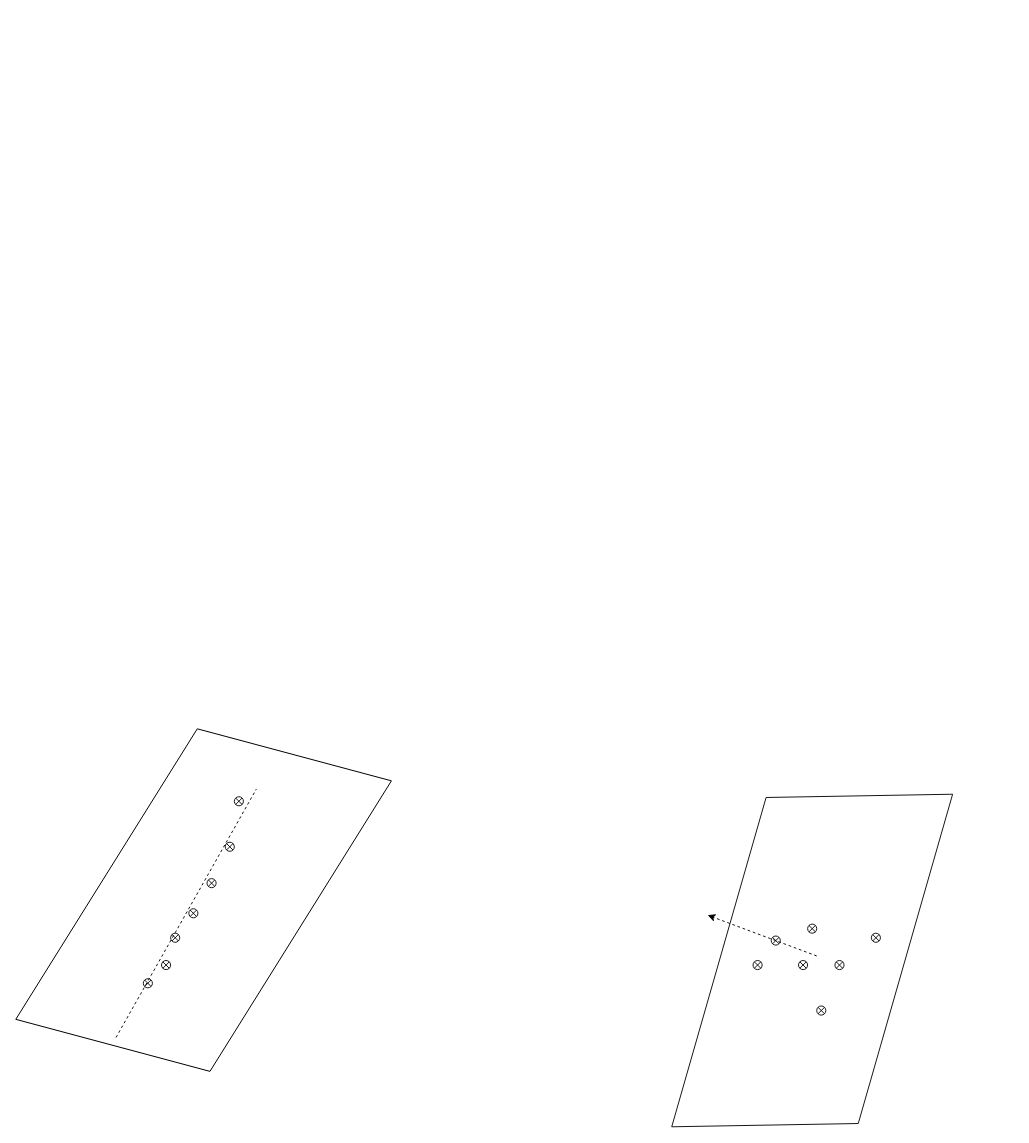
Earlier version of the draw.io diagram FootIK-AutoPlane.drawio (tcmxx/TCMXXDrawIO). Source tidied: cells renumbered, new cells numbered last; positions are measured from the earlier drawing's top-left corner, leaving out a move shared by most shapes. Both pictures are drawn from the tidied source at 91%, with x=0, y=0 at pixel (53, 736).
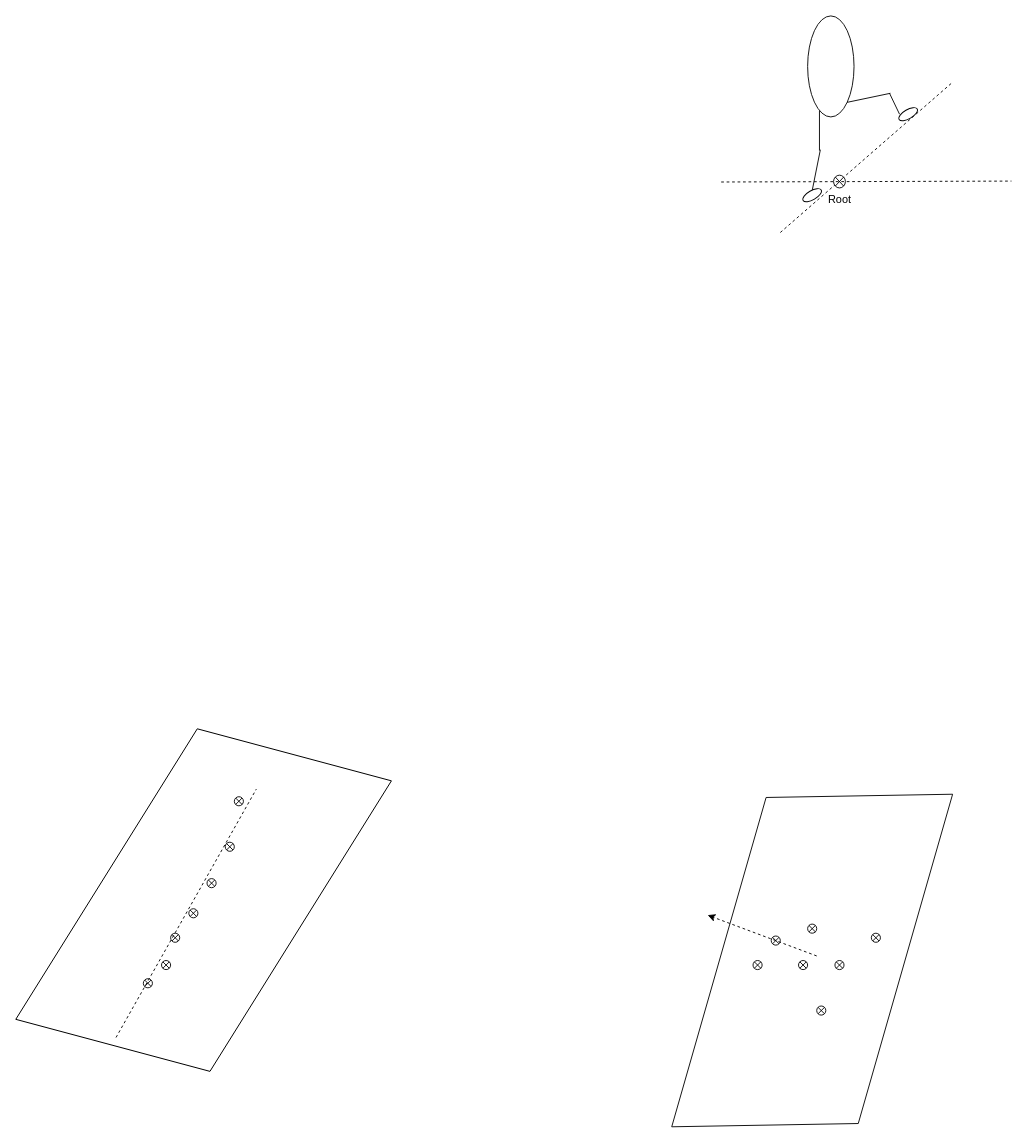
After the change.

Diff of the diagram source:
```diff
@@
+    <mxCell id="20" style="endArrow=none;html=1;rounded=0;dashed=1;" parent="1" edge="1">
+      <mxGeometry relative="1" as="geometry">
+        <mxPoint x="799" y="-554" as="sourcePoint" />
+        <mxPoint x="987" y="-718" as="targetPoint" />
+      </mxGeometry>
+    </mxCell>
+    <mxCell id="21" style="ellipse;whiteSpace=wrap;html=1;" parent="1" vertex="1">
+      <mxGeometry x="829" y="-792" width="51" height="111" as="geometry" />
+    </mxCell>
+    <mxCell id="22" style="shape=sumEllipse;perimeter=ellipsePerimeter;whiteSpace=wrap;html=1;backgroundOutline=1;" parent="1" vertex="1">
+      <mxGeometry x="857.5" y="-617" width="13" height="14" as="geometry" />
+    </mxCell>
+    <mxCell id="23" style="endArrow=none;html=1;rounded=0;exitX=1;exitY=1;exitDx=0;exitDy=0;" parent="1" edge="1" source="21">
+      <mxGeometry relative="1" as="geometry">
+        <mxPoint x="920" y="-707" as="targetPoint" />
+      </mxGeometry>
+    </mxCell>
+    <mxCell id="24" style="endArrow=none;html=1;rounded=0;" parent="1" edge="1">
+      <mxGeometry relative="1" as="geometry">
+        <mxPoint x="930" y="-684" as="sourcePoint" />
+        <mxPoint x="919" y="-707" as="targetPoint" />
+      </mxGeometry>
+    </mxCell>
+    <mxCell id="25" style="endArrow=none;html=1;rounded=0;" parent="1" edge="1">
+      <mxGeometry relative="1" as="geometry">
+        <mxPoint x="842" y="-644" as="sourcePoint" />
+        <mxPoint x="842" y="-688" as="targetPoint" />
+      </mxGeometry>
+    </mxCell>
+    <mxCell id="26" style="endArrow=none;html=1;rounded=0;" parent="1" edge="1">
+      <mxGeometry relative="1" as="geometry">
+        <mxPoint x="834" y="-600" as="sourcePoint" />
+        <mxPoint x="843" y="-645" as="targetPoint" />
+      </mxGeometry>
+    </mxCell>
+    <mxCell id="27" style="ellipse;whiteSpace=wrap;html=1;rotation=-30;" parent="1" vertex="1">
+      <mxGeometry x="928" y="-689" width="23" height="10" as="geometry" />
+    </mxCell>
+    <mxCell id="28" style="ellipse;whiteSpace=wrap;html=1;rotation=-30;" parent="1" vertex="1">
+      <mxGeometry x="822.5" y="-600" width="23" height="10" as="geometry" />
+    </mxCell>
+    <mxCell id="29" value="Root" style="text;html=1;align=center;verticalAlign=middle;strokeColor=none;fillColor=none;" parent="1" vertex="1">
+      <mxGeometry x="842.5" y="-603" width="43" height="26" as="geometry" />
+    </mxCell>
+    <mxCell id="30" style="endArrow=none;dashed=1;html=1;rounded=0;" parent="1" edge="1">
+      <mxGeometry relative="1" as="geometry">
+        <mxPoint x="734" y="-609.5" as="sourcePoint" />
+        <mxPoint x="1053" y="-610.5" as="targetPoint" />
+      </mxGeometry>
+    </mxCell>
```
